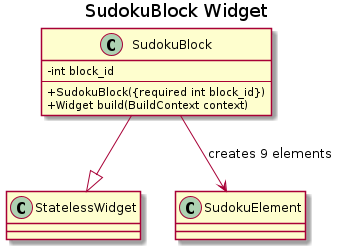
Earlier version of the PlantUML export doc/diagrams/sudoku_block.png (MirkoThulke/Dart_Flutter_Sudoku). Its source is kept beside it as lib/sudoku/sudoku_block.puml. Source of this version:
```plantuml
@startuml
title SudokuBlock Widget

skinparam classAttributeIconSize 0

class StatelessWidget

class SudokuBlock {
    - int block_id
    --
    + SudokuBlock({required int block_id})
    + Widget build(BuildContext context)
}

SudokuBlock --|> StatelessWidget
SudokuBlock --> SudokuElement : "creates 9 elements"

@enduml
```
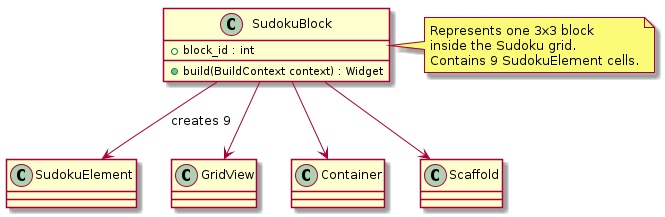
The same diagram one commit later.

Diff of the diagram source:
```diff
@@ -1,18 +1,71 @@
-@startuml
-title SudokuBlock Widget
+@startuml SudokuBlock_ClassDiagram
+title Flutter Widget Class Diagram - SudokuBlock
 
 skinparam classAttributeIconSize 0
+skinparam shadowing false
+
+package "Widget Layer" {
+
+class SudokuBlock {
+-block_id : int
++SudokuBlock({Key? key, required int block_id})
++build(context: BuildContext) : Widget
+}
 
 class StatelessWidget
+SudokuBlock --|> StatelessWidget
 
-class SudokuBlock {
-    - int block_id
-    --
-    + SudokuBlock({required int block_id})
-    + Widget build(BuildContext context)
 }
 
-SudokuBlock --|> StatelessWidget
-SudokuBlock --> SudokuElement : "creates 9 elements"
+package "Application Widgets" {
+
+class SudokuElement {
++element_id : int
+}
+
+}
+
+package "Sudoku Constants" {
+
+class constSudokuNumRow {
++value : int
+}
+
+}
+
+package "Flutter UI Framework" {
+
+class Scaffold
+class Container
+class GridView
+class BoxDecoration
+class Border
+class Colors
+class NeverScrollableScrollPhysics
+class EdgeInsets
+
+}
+
+package "Flutter Core Types" {
+
+class BuildContext
+class Widget
+class List
+
+}
+
+
+SudokuBlock --> SudokuElement : creates (9 elements)
+
+SudokuBlock --> constSudokuNumRow : index calculation
+
+SudokuBlock --> Scaffold
+SudokuBlock --> Container
+SudokuBlock --> GridView
+SudokuBlock --> BoxDecoration
+SudokuBlock --> Border
+SudokuBlock --> Colors
+SudokuBlock --> NeverScrollableScrollPhysics
+SudokuBlock --> EdgeInsets
 
 @enduml
```
